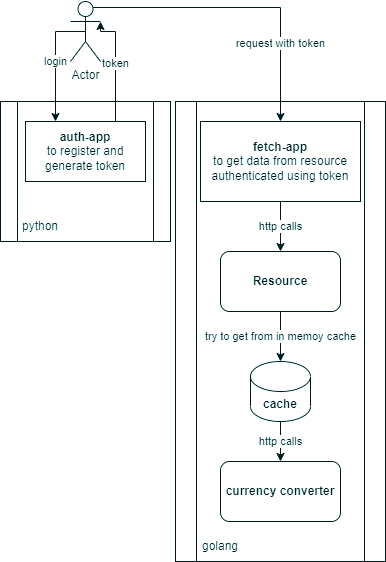
Above: service-diagram.png in kidboy-man/white-whale-api (draw.io), before the change. Source tidied: cells renumbered, new cells last; positions are measured from the earlier drawing's top-left corner, leaving out a move shared by most shapes.
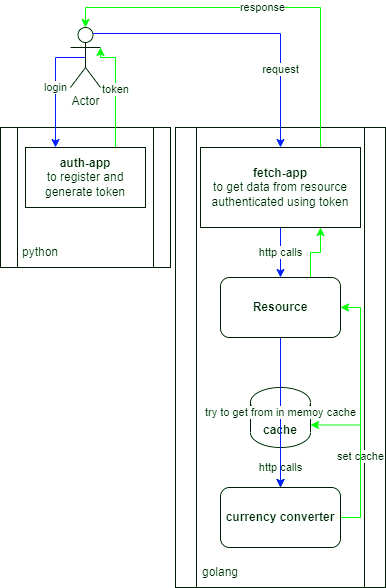
Above is the later version.

Commit message:
fix: service diagram

The edit, as a diff of the source:
```diff
@@ -8,7 +8,7 @@
     <mxCell id="3" style="shape=process;whiteSpace=wrap;html=1;backgroundOutline=1;" parent="1" vertex="1">
       <mxGeometry y="100" width="170" height="140" as="geometry" />
     </mxCell>
-    <mxCell id="4" value="login" style="edgeStyle=orthogonalEdgeStyle;rounded=0;jettySize=auto;html=1;exitX=0.5;exitY=0.5;exitDx=0;exitDy=0;exitPerimeter=0;entryX=0.25;entryY=0;entryDx=0;entryDy=0;" parent="1" edge="1" source="5" target="7">
+    <mxCell id="4" value="login" style="edgeStyle=orthogonalEdgeStyle;rounded=0;jettySize=auto;html=1;exitX=0.5;exitY=0.5;exitDx=0;exitDy=0;exitPerimeter=0;entryX=0.25;entryY=0;entryDx=0;entryDy=0;strokeColor=#0000FF;" parent="1" edge="1" source="5" target="7">
       <mxGeometry relative="1" as="geometry">
         <Array as="points">
           <mxPoint x="55" y="30" />
@@ -18,7 +18,7 @@
     <mxCell id="5" value="Actor" style="shape=umlActor;verticalLabelPosition=bottom;verticalAlign=top;html=1;outlineConnect=0;" parent="1" vertex="1">
       <mxGeometry x="70" width="30" height="60" as="geometry" />
     </mxCell>
-    <mxCell id="6" value="token" style="edgeStyle=orthogonalEdgeStyle;rounded=0;jettySize=auto;html=1;exitX=0.75;exitY=0;exitDx=0;exitDy=0;entryX=1;entryY=0.3333333333333333;entryDx=0;entryDy=0;entryPerimeter=0;" parent="1" edge="1" source="7" target="5">
+    <mxCell id="6" value="token" style="edgeStyle=orthogonalEdgeStyle;rounded=0;jettySize=auto;html=1;exitX=0.75;exitY=0;exitDx=0;exitDy=0;entryX=1;entryY=0.3333333333333333;entryDx=0;entryDy=0;entryPerimeter=0;strokeColor=#00FF00;" parent="1" edge="1" source="7" target="5">
       <mxGeometry relative="1" as="geometry">
         <Array as="points">
           <mxPoint x="115" y="30" />
@@ -29,20 +29,23 @@
     <mxCell id="7" value="&lt;b&gt;auth-app&lt;/b&gt;&lt;br&gt;to register and generate token" style="rounded=0;whiteSpace=wrap;html=1;" parent="1" vertex="1">
       <mxGeometry x="25" y="120" width="120" height="60" as="geometry" />
     </mxCell>
-    <mxCell id="8" value="http calls" style="edgeStyle=orthogonalEdgeStyle;rounded=0;jettySize=auto;html=1;exitX=0.5;exitY=1;exitDx=0;exitDy=0;entryX=0.5;entryY=0;entryDx=0;entryDy=0;" parent="1" edge="1" source="9" target="15">
+    <mxCell id="8" value="http calls" style="edgeStyle=orthogonalEdgeStyle;rounded=0;jettySize=auto;html=1;exitX=0.5;exitY=1;exitDx=0;exitDy=0;entryX=0.5;entryY=0;entryDx=0;entryDy=0;strokeColor=#0000FF;" parent="1" edge="1" source="9" target="15">
       <mxGeometry relative="1" as="geometry" />
     </mxCell>
+    <mxCell id="19" value="response" style="edgeStyle=orthogonalEdgeStyle;rounded=0;jettySize=auto;html=1;exitX=0.75;exitY=0;exitDx=0;exitDy=0;entryX=0.5;entryY=0;entryDx=0;entryDy=0;entryPerimeter=0;strokeColor=#00FF00;" parent="1" edge="1" source="9" target="5">
+      <mxGeometry relative="1" as="geometry" />
+    </mxCell>
     <mxCell id="9" value="&lt;b&gt;fetch-app&lt;/b&gt;&lt;br&gt;to get data from resource authenticated using token" style="rounded=0;whiteSpace=wrap;html=1;" parent="1" vertex="1">
       <mxGeometry x="200" y="120" width="160" height="80" as="geometry" />
     </mxCell>
-    <mxCell id="10" style="endArrow=classic;html=1;rounded=0;exitX=0.75;exitY=0.1;exitDx=0;exitDy=0;exitPerimeter=0;entryX=0.5;entryY=0;entryDx=0;entryDy=0;" parent="1" edge="1" source="5" target="9">
+    <mxCell id="10" style="endArrow=classic;html=1;rounded=0;exitX=0.75;exitY=0.1;exitDx=0;exitDy=0;exitPerimeter=0;entryX=0.5;entryY=0;entryDx=0;entryDy=0;strokeColor=#0000FF;" parent="1" edge="1" source="5" target="9">
       <mxGeometry relative="1" as="geometry">
         <Array as="points">
           <mxPoint x="280" y="6" />
         </Array>
       </mxGeometry>
     </mxCell>
-    <mxCell id="11" value="request with token" style="edgeLabel;html=1;align=center;verticalAlign=middle;" parent="10" vertex="1">
+    <mxCell id="11" value="request" style="edgeLabel;html=1;align=center;verticalAlign=middle;" parent="10" vertex="1">
       <mxGeometry x="0.48" y="-1" relative="1" as="geometry" />
     </mxCell>
     <mxCell id="12" value="http calls" style="edgeStyle=orthogonalEdgeStyle;rounded=0;jettySize=auto;html=1;exitX=0.5;exitY=1;exitDx=0;exitDy=0;exitPerimeter=0;entryX=0.5;entryY=0;entryDx=0;entryDy=0;" parent="1" edge="1" source="13" target="16">
@@ -51,12 +54,21 @@
     <mxCell id="13" value="&lt;b&gt;cache&lt;/b&gt;" style="shape=cylinder3;whiteSpace=wrap;html=1;boundedLbl=1;backgroundOutline=1;size=15;" parent="1" vertex="1">
       <mxGeometry x="250" y="360" width="60" height="60" as="geometry" />
     </mxCell>
-    <mxCell id="14" value="try to get from in memoy cache" style="edgeStyle=orthogonalEdgeStyle;rounded=0;jettySize=auto;html=1;exitX=0.5;exitY=1;exitDx=0;exitDy=0;entryX=0.5;entryY=0;entryDx=0;entryDy=0;entryPerimeter=0;" parent="1" edge="1" source="15" target="13">
+    <mxCell id="14" value="try to get from in memoy cache" style="edgeStyle=orthogonalEdgeStyle;rounded=0;jettySize=auto;html=1;exitX=0.5;exitY=1;exitDx=0;exitDy=0;strokeColor=#0000FF;" parent="1" edge="1" source="15" target="16">
       <mxGeometry relative="1" as="geometry" />
     </mxCell>
+    <mxCell id="20" style="edgeStyle=orthogonalEdgeStyle;rounded=0;jettySize=auto;html=1;exitX=0.75;exitY=0;exitDx=0;exitDy=0;entryX=0.75;entryY=1;entryDx=0;entryDy=0;strokeColor=#00FF00;" parent="1" edge="1" source="15" target="9">
+      <mxGeometry relative="1" as="geometry" />
+    </mxCell>
     <mxCell id="15" value="&lt;b&gt;Resource&lt;/b&gt;" style="rounded=1;whiteSpace=wrap;html=1;" parent="1" vertex="1">
       <mxGeometry x="220" y="250" width="120" height="60" as="geometry" />
     </mxCell>
+    <mxCell id="21" value="set cache" style="edgeStyle=orthogonalEdgeStyle;rounded=0;jettySize=auto;html=1;exitX=1;exitY=0.5;exitDx=0;exitDy=0;entryX=1;entryY=0;entryDx=0;entryDy=37.5;entryPerimeter=0;strokeColor=#00FF00;" parent="1" edge="1" source="16" target="13">
+      <mxGeometry relative="1" as="geometry" />
+    </mxCell>
+    <mxCell id="22" style="edgeStyle=orthogonalEdgeStyle;rounded=0;jettySize=auto;html=1;exitX=1;exitY=0.5;exitDx=0;exitDy=0;entryX=1;entryY=0.5;entryDx=0;entryDy=0;strokeColor=#00FF00;" parent="1" edge="1" source="16" target="15">
+      <mxGeometry relative="1" as="geometry" />
+    </mxCell>
     <mxCell id="16" value="&lt;b&gt;currency converter&lt;/b&gt;" style="rounded=1;whiteSpace=wrap;html=1;" parent="1" vertex="1">
       <mxGeometry x="220" y="460" width="120" height="60" as="geometry" />
     </mxCell>
```
